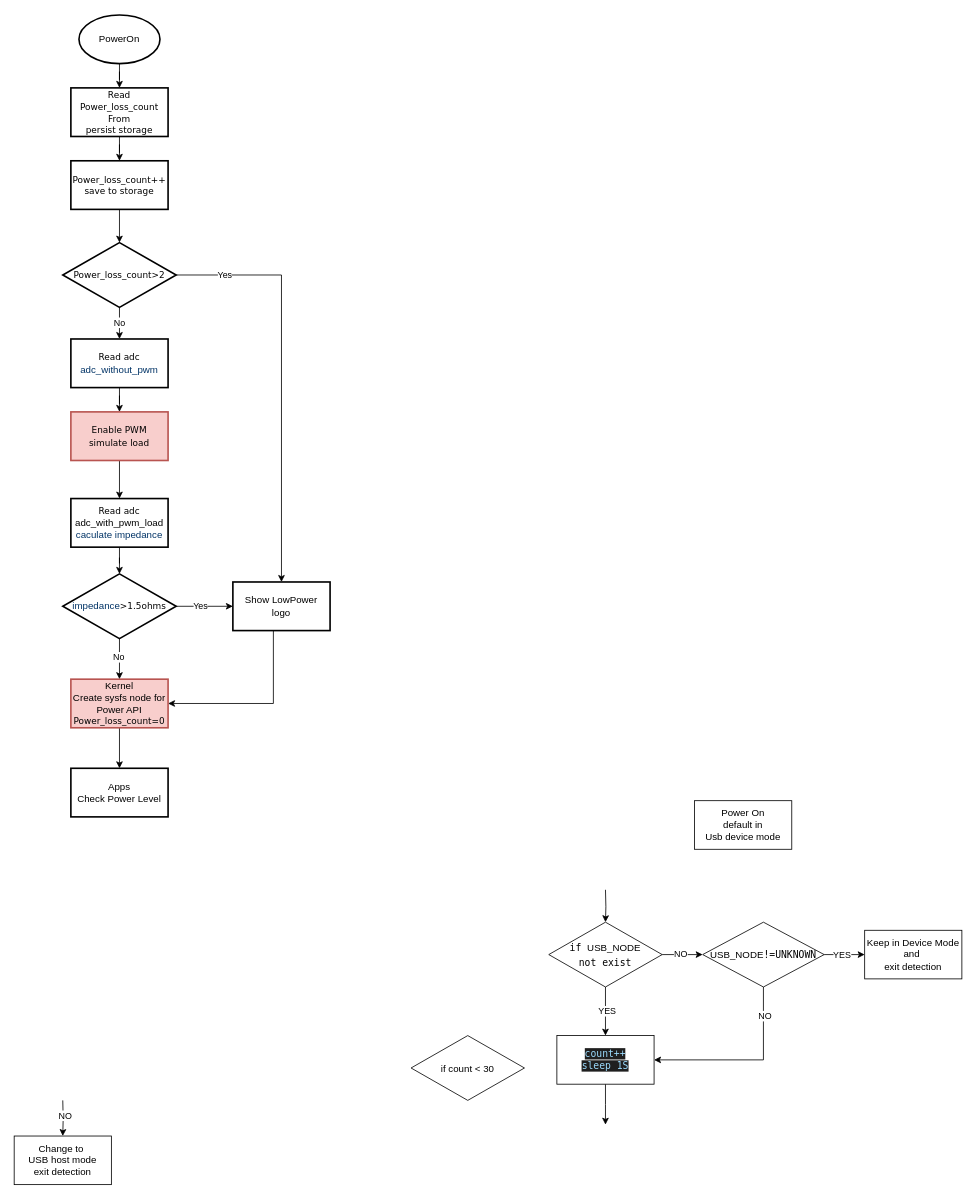
This is low_power_detect_loop_reboot.drawio from skyliangbogit/test, a draw.io file, before an edit. Source tidied: cells renumbered, new cells numbered last; positions are measured from the earlier drawing's top-left corner, leaving out a move shared by most shapes. Both pictures are drawn from the tidied source at 81%, with x=0, y=0 at pixel (14, 15).
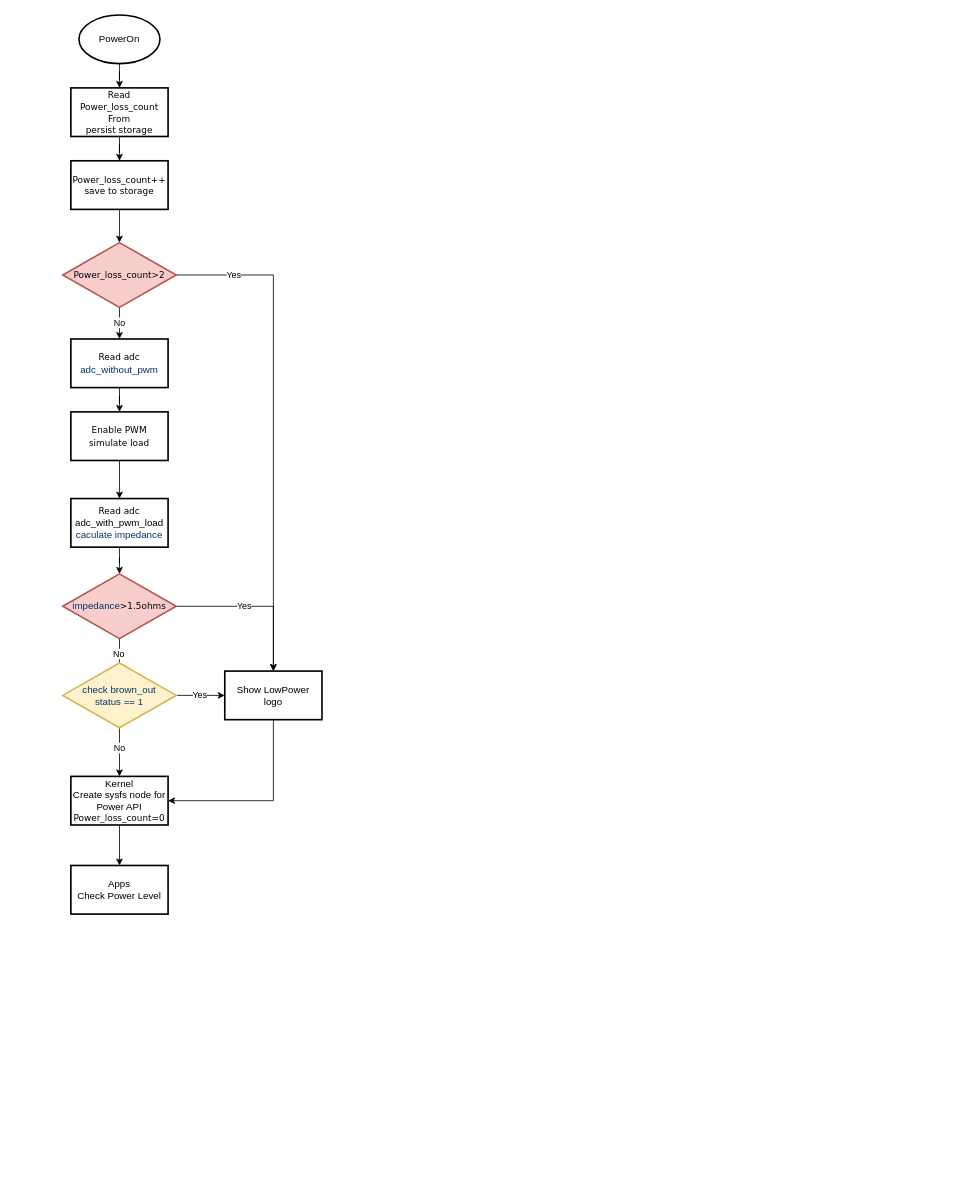
The same page after the edit.

What changed in the source:
```diff
@@
-    <mxCell id="11" value="&lt;span style=&quot;font-family: Verdana; font-size: 11px;&quot;&gt;Power_loss_count&lt;/span&gt;&lt;span style=&quot;font-family: Verdana; font-size: 11px;&quot;&gt;&amp;gt;2&lt;/span&gt;" style="rhombus;whiteSpace=wrap;html=1;strokeWidth=2;" parent="1" vertex="1">
+    <mxCell id="11" value="&lt;span style=&quot;font-family: Verdana; font-size: 11px;&quot;&gt;Power_loss_count&lt;/span&gt;&lt;span style=&quot;font-family: Verdana; font-size: 11px;&quot;&gt;&amp;gt;2&lt;/span&gt;" style="rhombus;whiteSpace=wrap;html=1;strokeWidth=2;fillColor=#f8cecc;strokeColor=#b85450;" parent="1" vertex="1">
       <mxGeometry x="60" y="281" width="140" height="80" as="geometry" />
     </mxCell>
@@
-    <mxCell id="13" value="&lt;font face=&quot;Verdana&quot;&gt;&lt;span style=&quot;font-size: 11px;&quot;&gt;Enable PWM&lt;/span&gt;&lt;/font&gt;&lt;div&gt;&lt;font face=&quot;Verdana&quot;&gt;&lt;span style=&quot;font-size: 11px;&quot;&gt;simulate load&lt;/span&gt;&lt;/font&gt;&lt;/div&gt;" style="whiteSpace=wrap;html=1;strokeWidth=2;fillColor=#f8cecc;strokeColor=#b85450;" parent="1" vertex="1">
+    <mxCell id="13" value="&lt;font face=&quot;Verdana&quot;&gt;&lt;span style=&quot;font-size: 11px;&quot;&gt;Enable PWM&lt;/span&gt;&lt;/font&gt;&lt;div&gt;&lt;font face=&quot;Verdana&quot;&gt;&lt;span style=&quot;font-size: 11px;&quot;&gt;simulate load&lt;/span&gt;&lt;/font&gt;&lt;/div&gt;" style="whiteSpace=wrap;html=1;strokeWidth=2;" parent="1" vertex="1">
       <mxGeometry x="70" y="490" width="120" height="60" as="geometry" />
     </mxCell>
@@
-    <mxCell id="17" value="Kernel&lt;br&gt;&lt;div&gt;Create sysfs node for&lt;br&gt;Power API&lt;br&gt;&lt;/div&gt;&lt;div&gt;&lt;span style=&quot;font-family: Verdana; font-size: 11px; background-color: transparent; color: light-dark(rgb(0, 0, 0), rgb(255, 255, 255));&quot;&gt;Power_loss_count&lt;/span&gt;&lt;span style=&quot;font-family: Verdana; font-size: 11px;&quot;&gt;=0&lt;/span&gt;&lt;/div&gt;" style="whiteSpace=wrap;html=1;strokeWidth=2;fillColor=#f8cecc;strokeColor=#b85450;" parent="1" vertex="1">
-      <mxGeometry x="70" y="820" width="120" height="60" as="geometry" />
+    <mxCell id="17" value="Kernel&lt;br&gt;&lt;div&gt;Create sysfs node for&lt;br&gt;Power API&lt;br&gt;&lt;/div&gt;&lt;div&gt;&lt;span style=&quot;font-family: Verdana; font-size: 11px; background-color: transparent; color: light-dark(rgb(0, 0, 0), rgb(255, 255, 255));&quot;&gt;Power_loss_count&lt;/span&gt;&lt;span style=&quot;font-family: Verdana; font-size: 11px;&quot;&gt;=0&lt;/span&gt;&lt;/div&gt;" style="whiteSpace=wrap;html=1;strokeWidth=2;" parent="1" vertex="1">
+      <mxGeometry x="70" y="940" width="120" height="60" as="geometry" />
     </mxCell>
     <mxCell id="18" value="Apps&lt;br&gt;Check Power Level" style="whiteSpace=wrap;html=1;strokeWidth=2;" parent="1" vertex="1">
-      <mxGeometry x="70" y="930" width="120" height="60" as="geometry" />
+      <mxGeometry x="70" y="1050" width="120" height="60" as="geometry" />
     </mxCell>
     <mxCell id="19" style="edgeStyle=orthogonalEdgeStyle;rounded=0;jettySize=auto;html=1;entryX=1;entryY=0.5;entryDx=0;entryDy=0;" parent="1" edge="1" source="20" target="17">
       <mxGeometry relative="1" as="geometry">
         <Array as="points">
-          <mxPoint x="320" y="850" />
+          <mxPoint x="320" y="970" />
         </Array>
       </mxGeometry>
     </mxCell>
     <mxCell id="20" value="Show LowPower&lt;br&gt;logo" style="whiteSpace=wrap;html=1;strokeWidth=2;" parent="1" vertex="1">
-      <mxGeometry x="270" y="700" width="120" height="60" as="geometry" />
+      <mxGeometry x="260" y="810" width="120" height="60" as="geometry" />
     </mxCell>
-    <mxCell id="21" value="Power On&lt;br&gt;default in&lt;br&gt;Usb device mode" style="rounded=0;whiteSpace=wrap;html=1;" parent="1" vertex="1">
-      <mxGeometry x="840" y="970" width="120" height="60" as="geometry" />
-    </mxCell>
-    <mxCell id="22" style="edgeStyle=orthogonalEdgeStyle;rounded=0;jettySize=auto;html=1;" parent="1" edge="1" target="27">
-      <mxGeometry relative="1" as="geometry">
-        <mxPoint x="730" y="1080" as="sourcePoint" />
-      </mxGeometry>
-    </mxCell>
-    <mxCell id="23" style="edgeStyle=orthogonalEdgeStyle;rounded=0;jettySize=auto;html=1;" parent="1" edge="1" source="27" target="29">
-      <mxGeometry relative="1" as="geometry" />
-    </mxCell>
-    <mxCell id="24" value="YES" style="edgeLabel;html=1;align=center;verticalAlign=middle;" parent="23" vertex="1">
-      <mxGeometry x="-0.08" y="1" relative="1" as="geometry">
-        <mxPoint y="1" as="offset" />
-      </mxGeometry>
-    </mxCell>
-    <mxCell id="25" style="edgeStyle=orthogonalEdgeStyle;rounded=0;jettySize=auto;html=1;" parent="1" edge="1" source="27" target="37">
-      <mxGeometry relative="1" as="geometry" />
-    </mxCell>
-    <mxCell id="26" value="NO" style="edgeLabel;html=1;align=center;verticalAlign=middle;" parent="25" vertex="1">
-      <mxGeometry x="-0.13" y="1" relative="1" as="geometry" />
-    </mxCell>
-    <mxCell id="27" value="&lt;div style=&quot;line-height: 18px;&quot;&gt;&lt;font style=&quot;color: rgb(0, 0, 0);&quot; face=&quot;Menlo, Monaco, Courier New, monospace&quot;&gt;&lt;span style=&quot;white-space: pre;&quot;&gt;if &lt;/span&gt;&lt;/font&gt;&lt;span style=&quot;background-color: transparent; color: light-dark(rgb(0, 0, 0), rgb(255, 255, 255));&quot;&gt;USB_NODE&lt;/span&gt;&lt;/div&gt;&lt;div style=&quot;line-height: 18px;&quot;&gt;&lt;font style=&quot;color: rgb(0, 0, 0);&quot; face=&quot;Menlo, Monaco, Courier New, monospace&quot;&gt;&lt;span style=&quot;white-space: pre;&quot;&gt;not exist&lt;/span&gt;&lt;/font&gt;&lt;/div&gt;" style="rhombus;whiteSpace=wrap;html=1;rounded=0;" parent="1" vertex="1">
-      <mxGeometry x="660" y="1120" width="140" height="80" as="geometry" />
-    </mxCell>
-    <mxCell id="28" style="edgeStyle=orthogonalEdgeStyle;rounded=0;jettySize=auto;html=1;" parent="1" edge="1" source="29">
-      <mxGeometry relative="1" as="geometry">
-        <mxPoint x="730" y="1370" as="targetPoint" />
-      </mxGeometry>
-    </mxCell>
-    <mxCell id="29" value="&lt;span style=&quot;color: rgb(156, 220, 254); font-family: Menlo, Monaco, &amp;quot;Courier New&amp;quot;, monospace; white-space: pre; background-color: rgb(31, 31, 31);&quot;&gt;count++&lt;/span&gt;&lt;div&gt;&lt;font face=&quot;Menlo, Monaco, Courier New, monospace&quot; color=&quot;#9cdcfe&quot;&gt;&lt;span style=&quot;white-space: pre; background-color: rgb(31, 31, 31);&quot;&gt;sleep 1S&lt;/span&gt;&lt;/font&gt;&lt;/div&gt;" style="whiteSpace=wrap;html=1;rounded=0;" parent="1" vertex="1">
-      <mxGeometry x="670" y="1260" width="120" height="60" as="geometry" />
-    </mxCell>
-    <mxCell id="30" style="edgeStyle=orthogonalEdgeStyle;rounded=0;jettySize=auto;html=1;" parent="1" edge="1" target="32">
-      <mxGeometry relative="1" as="geometry">
-        <mxPoint x="60" y="1340" as="sourcePoint" />
-      </mxGeometry>
-    </mxCell>
-    <mxCell id="31" value="NO" style="edgeLabel;html=1;align=center;verticalAlign=middle;" parent="30" vertex="1">
-      <mxGeometry x="-0.19" y="2" relative="1" as="geometry">
-        <mxPoint y="1" as="offset" />
-      </mxGeometry>
-    </mxCell>
-    <mxCell id="32" value="Change to&amp;nbsp;&lt;div&gt;USB host mode&lt;/div&gt;&lt;div&gt;exit detection&lt;/div&gt;" style="whiteSpace=wrap;html=1;rounded=0;" parent="1" vertex="1">
-      <mxGeometry y="1384" width="120" height="60" as="geometry" />
-    </mxCell>
-    <mxCell id="33" style="edgeStyle=orthogonalEdgeStyle;rounded=0;jettySize=auto;html=1;" parent="1" edge="1" source="37" target="38">
-      <mxGeometry relative="1" as="geometry" />
-    </mxCell>
-    <mxCell id="34" value="YES" style="edgeLabel;html=1;align=center;verticalAlign=middle;" parent="33" vertex="1">
-      <mxGeometry x="-0.17" relative="1" as="geometry" />
-    </mxCell>
-    <mxCell id="35" style="edgeStyle=orthogonalEdgeStyle;rounded=0;jettySize=auto;html=1;exitX=0.5;exitY=1;exitDx=0;exitDy=0;entryX=1;entryY=0.5;entryDx=0;entryDy=0;" parent="1" edge="1" source="37" target="29">
-      <mxGeometry relative="1" as="geometry" />
-    </mxCell>
-    <mxCell id="36" value="NO" style="edgeLabel;html=1;align=center;verticalAlign=middle;" parent="35" vertex="1">
-      <mxGeometry x="-0.69" y="1" relative="1" as="geometry" />
-    </mxCell>
-    <mxCell id="37" value="&lt;div style=&quot;line-height: 18px;&quot;&gt;&lt;span style=&quot;background-color: transparent; color: light-dark(rgb(0, 0, 0), rgb(255, 255, 255));&quot;&gt;USB_NODE&lt;/span&gt;&lt;span style=&quot;font-family: Menlo, Monaco, &amp;quot;Courier New&amp;quot;, monospace; white-space: pre;&quot;&gt;!=UNKNOWN&lt;/span&gt;&lt;/div&gt;" style="rhombus;whiteSpace=wrap;html=1;rounded=0;" parent="1" vertex="1">
-      <mxGeometry x="850" y="1120" width="150" height="80" as="geometry" />
-    </mxCell>
-    <mxCell id="38" value="Keep in Device Mode&lt;div&gt;and&amp;nbsp;&lt;/div&gt;&lt;div&gt;exit detection&lt;/div&gt;" style="whiteSpace=wrap;html=1;rounded=0;" parent="1" vertex="1">
-      <mxGeometry x="1050" y="1130" width="120" height="60" as="geometry" />
-    </mxCell>
-    <mxCell id="39" value="&lt;div style=&quot;line-height: 18px;&quot;&gt;if count &amp;lt; 30&lt;/div&gt;" style="rhombus;whiteSpace=wrap;html=1;rounded=0;" parent="1" vertex="1">
-      <mxGeometry x="490" y="1260" width="140" height="80" as="geometry" />
-    </mxCell>
@@
-    <mxCell id="44" style="edgeStyle=orthogonalEdgeStyle;rounded=0;jettySize=auto;html=1;" parent="1" edge="1" source="46" target="17">
-      <mxGeometry relative="1" as="geometry" />
+    <mxCell id="44" style="edgeStyle=orthogonalEdgeStyle;rounded=0;jettySize=auto;html=1;" parent="1" edge="1" source="46">
+      <mxGeometry relative="1" as="geometry">
+        <mxPoint x="130" y="810" as="targetPoint" />
+      </mxGeometry>
     </mxCell>
@@
-    <mxCell id="46" value="&lt;span style=&quot;color: rgb(0, 51, 102);&quot;&gt;impedance&lt;/span&gt;&lt;span style=&quot;font-family: Verdana; font-size: 11px;&quot;&gt;&amp;gt;1.5ohms&lt;/span&gt;" style="rhombus;whiteSpace=wrap;html=1;strokeWidth=2;" parent="1" vertex="1">
+    <mxCell id="46" value="&lt;span style=&quot;color: rgb(0, 51, 102);&quot;&gt;impedance&lt;/span&gt;&lt;span style=&quot;font-family: Verdana; font-size: 11px;&quot;&gt;&amp;gt;1.5ohms&lt;/span&gt;" style="rhombus;whiteSpace=wrap;html=1;strokeWidth=2;fillColor=#f8cecc;strokeColor=#b85450;" parent="1" vertex="1">
       <mxGeometry x="60" y="690" width="140" height="80" as="geometry" />
     </mxCell>
+    <mxCell id="47" style="edgeStyle=orthogonalEdgeStyle;rounded=0;jettySize=auto;html=1;" parent="1" edge="1" source="51" target="17">
+      <mxGeometry relative="1" as="geometry" />
+    </mxCell>
+    <mxCell id="48" value="No" style="edgeLabel;html=1;align=center;verticalAlign=middle;" parent="47" vertex="1">
+      <mxGeometry x="-0.19" y="-1" relative="1" as="geometry" />
+    </mxCell>
+    <mxCell id="49" style="edgeStyle=orthogonalEdgeStyle;rounded=0;jettySize=auto;html=1;entryX=0;entryY=0.5;entryDx=0;entryDy=0;" parent="1" edge="1" source="51" target="20">
+      <mxGeometry relative="1" as="geometry" />
+    </mxCell>
+    <mxCell id="50" value="Yes" style="edgeLabel;html=1;align=center;verticalAlign=middle;" parent="49" vertex="1">
+      <mxGeometry x="-0.07" y="1" relative="1" as="geometry" />
+    </mxCell>
+    <mxCell id="51" value="&lt;font color=&quot;#003366&quot;&gt;check brown_out&lt;/font&gt;&lt;div&gt;&lt;font color=&quot;#003366&quot;&gt;status == 1&lt;/font&gt;&lt;/div&gt;" style="rhombus;whiteSpace=wrap;html=1;strokeWidth=2;fillColor=#fff2cc;strokeColor=#d6b656;" parent="1" vertex="1">
+      <mxGeometry x="60" y="800" width="140" height="80" as="geometry" />
+    </mxCell>
```
